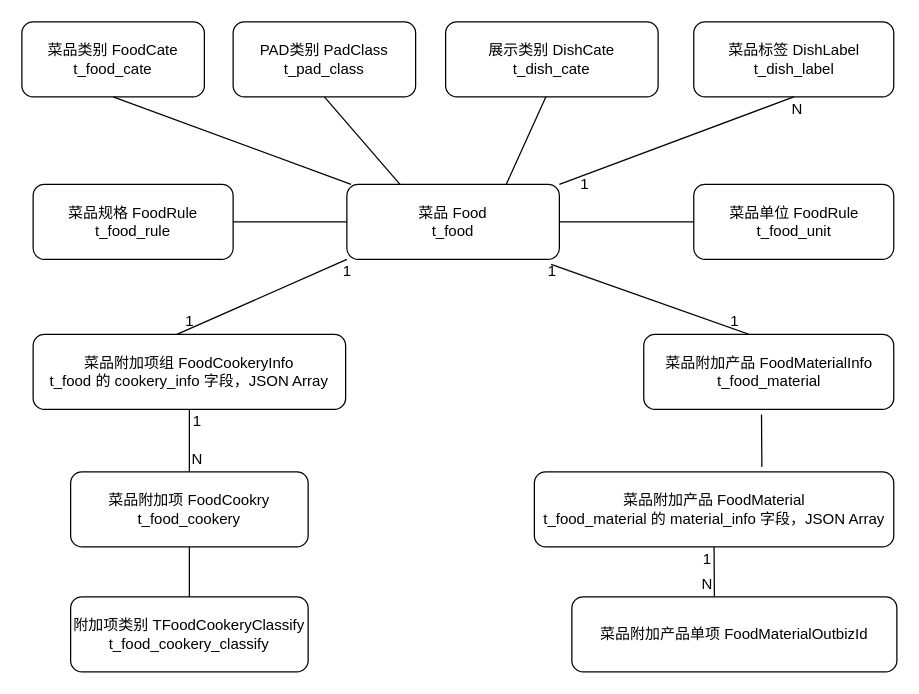
Earlier version of the draw.io diagram 云端basemember/菜品.drawio (liuchenwei2000/diagram). Source tidied: cells renumbered, new cells numbered last; positions are measured from the earlier drawing's top-left corner, leaving out a move shared by most shapes. Both pictures are drawn from the tidied source at 125%, with x=0, y=0 at pixel (21, 21).
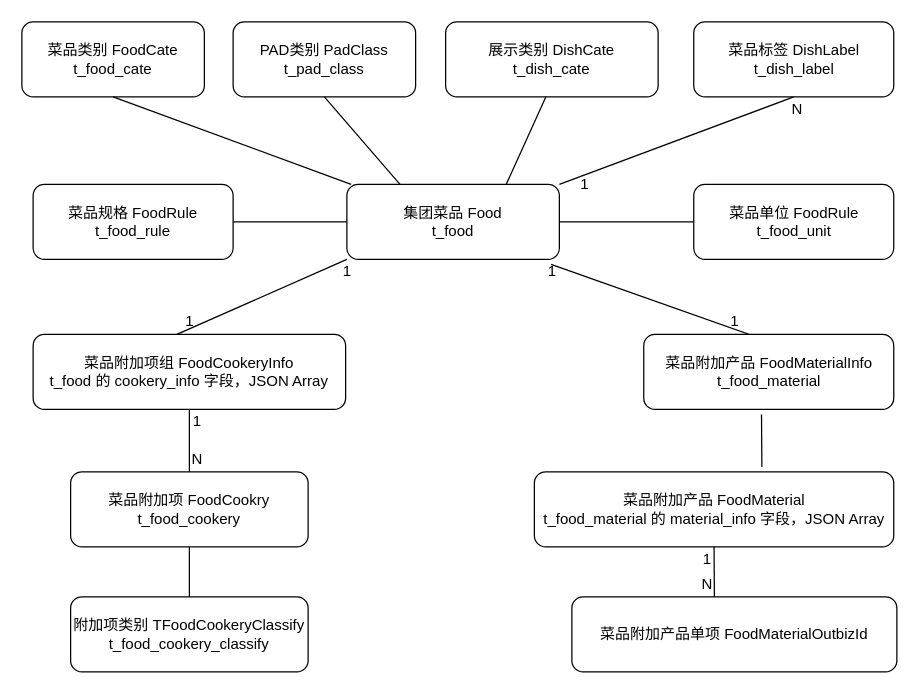
After the change.

What changed in the source:
```diff
@@
-    <mxCell id="4" value="菜品 Food&lt;br&gt;t_food" style="rounded=1;whiteSpace=wrap;html=1;" parent="1" vertex="1">
+    <mxCell id="4" value="集团菜品 Food&lt;br&gt;t_food" style="rounded=1;whiteSpace=wrap;html=1;" parent="1" vertex="1">
       <mxGeometry x="260" y="130" width="170" height="60" as="geometry" />
     </mxCell>
```
